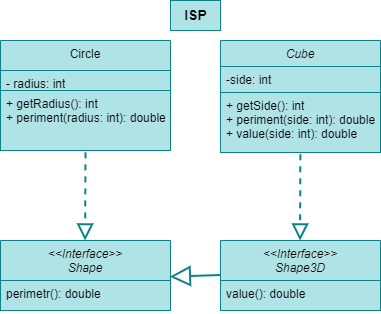
The draw.io diagram hw03/ISP/ISP.png in PavelVolchenko/SoftwareArchitecture, before a commit. Source tidied: cells renumbered, new cells last; positions are measured from the earlier drawing's top-left corner, leaving out a move shared by most shapes.
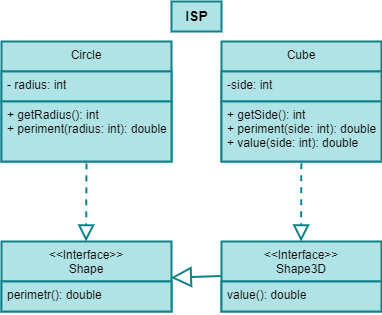
The same file after the commit.

Diff of the diagram source:
```diff
@@ -2,31 +2,31 @@
   <root>
     <mxCell id="0" />
     <mxCell id="1" parent="0" />
-    <mxCell id="2" value="Cube" style="swimlane;fontStyle=2;align=center;verticalAlign=top;horizontal=1;startSize=26;rounded=0;shadow=0;strokeWidth=1;fillColor=#b0e3e6;strokeColor=#0e8088;" parent="1" vertex="1">
-      <mxGeometry x="220" y="40" width="160" height="112" as="geometry" />
+    <mxCell id="2" value="Cube" style="swimlane;fontStyle=0;align=center;verticalAlign=top;horizontal=1;startSize=30;rounded=0;shadow=0;strokeWidth=2;fillColor=#b0e3e6;strokeColor=#0e8088;" parent="1" vertex="1">
+      <mxGeometry x="220" y="40" width="160" height="120" as="geometry" />
     </mxCell>
-    <mxCell id="3" value="-side: int" style="text;align=left;verticalAlign=top;spacingLeft=4;spacingRight=4;overflow=hidden;fillColor=#b0e3e6;strokeColor=#0e8088;" parent="2" vertex="1">
-      <mxGeometry y="26" width="160" height="26" as="geometry" />
+    <mxCell id="3" value="-side: int" style="text;align=left;verticalAlign=top;spacingLeft=4;spacingRight=4;overflow=hidden;fillColor=#b0e3e6;strokeColor=#0e8088;strokeWidth=2;" parent="2" vertex="1">
+      <mxGeometry y="30" width="160" height="30" as="geometry" />
     </mxCell>
-    <mxCell id="4" value="+ getSide(): int&#10;+ periment(side: int): double&#10;+ value(side: int): double&#10;" style="text;align=left;verticalAlign=top;spacingLeft=4;spacingRight=4;overflow=hidden;points=[[0,0.5],[1,0.5]];portConstraint=eastwest;fillColor=#b0e3e6;strokeColor=#0e8088;" parent="2" vertex="1">
-      <mxGeometry y="52" width="160" height="60" as="geometry" />
+    <mxCell id="4" value="+ getSide(): int&#10;+ periment(side: int): double&#10;+ value(side: int): double&#10;" style="text;align=left;verticalAlign=top;spacingLeft=4;spacingRight=4;overflow=hidden;points=[[0,0.5],[1,0.5]];portConstraint=eastwest;fillColor=#b0e3e6;strokeColor=#0e8088;strokeWidth=2;" parent="2" vertex="1">
+      <mxGeometry y="60" width="160" height="60" as="geometry" />
     </mxCell>
-    <mxCell id="5" value="&lt;&lt;Interface&gt;&gt;&#10;Shape" style="swimlane;fontStyle=2;align=center;verticalAlign=top;horizontal=1;startSize=40;rounded=0;shadow=0;strokeWidth=1;fillColor=#b0e3e6;strokeColor=#0e8088;" parent="1" vertex="1">
+    <mxCell id="5" value="&lt;&lt;Interface&gt;&gt;&#10;Shape" style="swimlane;fontStyle=0;align=center;verticalAlign=top;horizontal=1;startSize=40;rounded=0;shadow=0;strokeWidth=2;fillColor=#b0e3e6;strokeColor=#0e8088;" parent="1" vertex="1">
       <mxGeometry y="240" width="170" height="70" as="geometry" />
     </mxCell>
-    <mxCell id="6" value="perimetr(): double" style="text;align=left;verticalAlign=top;spacingLeft=4;spacingRight=4;overflow=hidden;points=[[0,0.5],[1,0.5]];portConstraint=eastwest;fillColor=#b0e3e6;strokeColor=#0e8088;" parent="5" vertex="1">
+    <mxCell id="6" value="perimetr(): double" style="text;align=left;verticalAlign=top;spacingLeft=4;spacingRight=4;overflow=hidden;points=[[0,0.5],[1,0.5]];portConstraint=eastwest;fillColor=#b0e3e6;strokeColor=#0e8088;strokeWidth=2;" parent="5" vertex="1">
       <mxGeometry y="40" width="170" height="30" as="geometry" />
     </mxCell>
-    <mxCell id="7" value="&lt;span style=&quot;font-weight: normal;&quot;&gt;Circle&lt;/span&gt;" style="swimlane;fontStyle=1;align=center;verticalAlign=top;horizontal=1;startSize=30;whiteSpace=wrap;html=1;swimlaneLine=1;strokeColor=#0e8088;fillColor=#b0e3e6;swimlaneFillColor=none;rounded=0;glass=0;shadow=0;swimlaneHead=1;swimlaneBody=1;" parent="1" vertex="1">
-      <mxGeometry y="40" width="170" height="110" as="geometry" />
+    <mxCell id="7" value="&lt;span style=&quot;font-weight: normal;&quot;&gt;Circle&lt;/span&gt;" style="swimlane;fontStyle=1;align=center;verticalAlign=top;horizontal=1;startSize=30;whiteSpace=wrap;html=1;swimlaneLine=1;strokeColor=#0e8088;fillColor=#b0e3e6;swimlaneFillColor=none;rounded=0;glass=0;shadow=0;swimlaneHead=1;swimlaneBody=1;strokeWidth=2;" parent="1" vertex="1">
+      <mxGeometry y="40" width="170" height="120" as="geometry" />
     </mxCell>
-    <mxCell id="8" value="- radius: int" style="text;strokeColor=#0e8088;fillColor=#b0e3e6;align=left;verticalAlign=top;spacingLeft=4;spacingRight=4;overflow=hidden;whiteSpace=wrap;html=1;" parent="7" vertex="1">
-      <mxGeometry y="30" width="170" height="20" as="geometry" />
+    <mxCell id="8" value="- radius: int" style="text;strokeColor=#0e8088;fillColor=#b0e3e6;align=left;verticalAlign=top;spacingLeft=4;spacingRight=4;overflow=hidden;whiteSpace=wrap;html=1;strokeWidth=2;" parent="7" vertex="1">
+      <mxGeometry y="30" width="170" height="30" as="geometry" />
     </mxCell>
-    <mxCell id="9" value="+ getRadius(): int&lt;br&gt;+ periment(radius: int): double" style="text;strokeColor=#0e8088;fillColor=#b0e3e6;align=left;verticalAlign=top;spacingLeft=4;spacingRight=4;overflow=hidden;points=[[0,0.5],[1,0.5]];portConstraint=eastwest;whiteSpace=wrap;html=1;" parent="7" vertex="1">
-      <mxGeometry y="50" width="170" height="60" as="geometry" />
+    <mxCell id="9" value="+ getRadius(): int&lt;br&gt;+ periment(radius: int): double" style="text;strokeColor=#0e8088;fillColor=#b0e3e6;align=left;verticalAlign=top;spacingLeft=4;spacingRight=4;overflow=hidden;points=[[0,0.5],[1,0.5]];portConstraint=eastwest;whiteSpace=wrap;html=1;strokeWidth=2;" parent="7" vertex="1">
+      <mxGeometry y="60" width="170" height="60" as="geometry" />
     </mxCell>
-    <mxCell id="10" value="ISP" style="text;html=1;align=center;verticalAlign=middle;strokeColor=#0e8088;fillColor=#b0e3e6;fontSize=14;fontStyle=1;" parent="1" vertex="1">
+    <mxCell id="10" value="ISP" style="text;html=1;align=center;verticalAlign=middle;strokeColor=#0e8088;fillColor=#b0e3e6;fontSize=14;fontStyle=1;strokeWidth=2;" parent="1" vertex="1">
       <mxGeometry x="170" width="50" height="30" as="geometry" />
     </mxCell>
     <mxCell id="11" style="endArrow=block;dashed=1;endFill=0;endSize=12;html=1;rounded=0;fillColor=#b0e3e6;strokeColor=#0e8088;exitX=0.5;exitY=1.032;exitDx=0;exitDy=0;exitPerimeter=0;strokeWidth=2;" parent="1" edge="1" source="9">
@@ -34,10 +34,10 @@
         <mxPoint x="84.6" y="240" as="targetPoint" />
       </mxGeometry>
     </mxCell>
-    <mxCell id="12" value="&lt;&lt;Interface&gt;&gt;&#10;Shape3D" style="swimlane;fontStyle=2;align=center;verticalAlign=top;horizontal=1;startSize=40;rounded=0;shadow=0;strokeWidth=1;fillColor=#b0e3e6;strokeColor=#0e8088;" parent="1" vertex="1">
+    <mxCell id="12" value="&lt;&lt;Interface&gt;&gt;&#10;Shape3D" style="swimlane;fontStyle=0;align=center;verticalAlign=top;horizontal=1;startSize=40;rounded=0;shadow=0;strokeWidth=2;fillColor=#b0e3e6;strokeColor=#0e8088;" parent="1" vertex="1">
       <mxGeometry x="220" y="240" width="160" height="70" as="geometry" />
     </mxCell>
-    <mxCell id="13" value="value(): double" style="text;align=left;verticalAlign=top;spacingLeft=4;spacingRight=4;overflow=hidden;fillColor=#b0e3e6;strokeColor=#0e8088;" parent="12" vertex="1">
+    <mxCell id="13" value="value(): double" style="text;align=left;verticalAlign=top;spacingLeft=4;spacingRight=4;overflow=hidden;fillColor=#b0e3e6;strokeColor=#0e8088;strokeWidth=2;" parent="12" vertex="1">
       <mxGeometry y="40" width="160" height="30" as="geometry" />
     </mxCell>
     <mxCell id="14" style="endArrow=block;dashed=1;endFill=0;endSize=12;html=1;rounded=0;fillColor=#b0e3e6;strokeColor=#0e8088;exitX=0.499;exitY=1.029;exitDx=0;exitDy=0;exitPerimeter=0;strokeWidth=2;" parent="1" edge="1" source="4">
```
